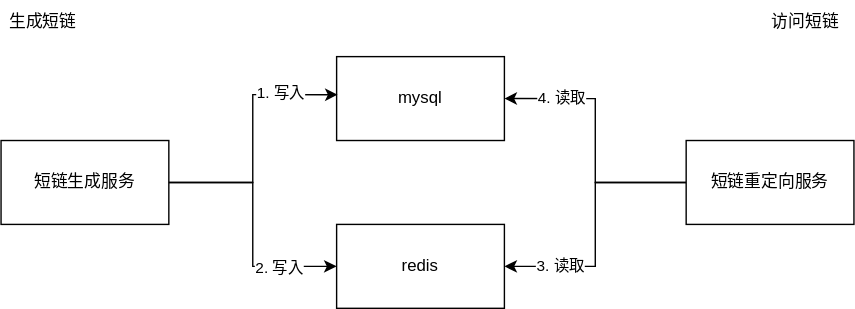
Above: asserts/后端架构.drawio.svg in QuarkLink/docs (draw.io), before the change. Source tidied: cells renumbered, new cells last; positions are measured from the earlier drawing's top-left corner, leaving out a move shared by most shapes.
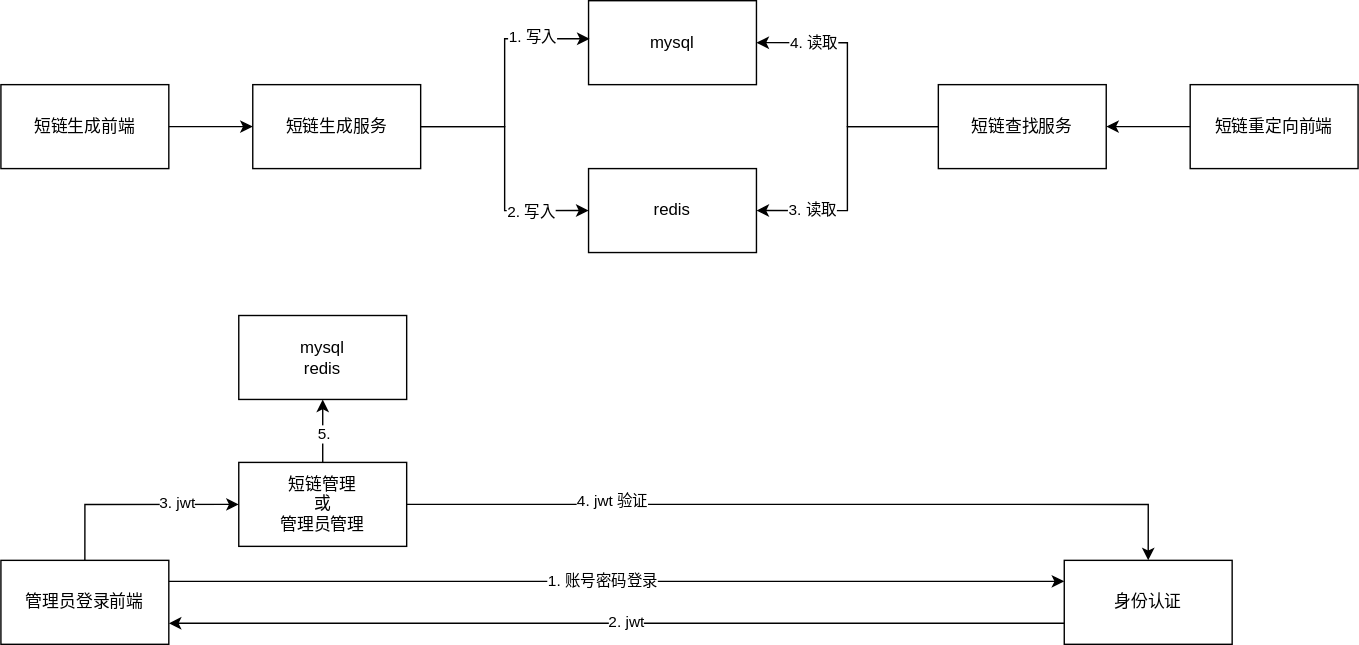
Above is the later version.

Commit message:
更新后端架构.drawio.svg

What changed in the source:
```diff
@@ -23,9 +23,6 @@
     <mxCell id="8" value="1. 写入" style="edgeLabel;html=1;align=center;verticalAlign=middle;" parent="7" vertex="1">
       <mxGeometry x="0.55" y="2" relative="1" as="geometry" />
     </mxCell>
-    <mxCell id="9" value="生成短链" style="text;strokeColor=none;fillColor=none;align=left;verticalAlign=middle;spacingLeft=4;spacingRight=4;overflow=hidden;whiteSpace=wrap;html=1;" parent="1" vertex="1">
-      <mxGeometry width="80" height="30" as="geometry" />
-    </mxCell>
     <mxCell id="10" style="edgeStyle=orthogonalEdgeStyle;rounded=0;jettySize=auto;html=1;exitX=0;exitY=0.5;exitDx=0;exitDy=0;entryX=1;entryY=0.5;entryDx=0;entryDy=0;" parent="1" edge="1" source="14" target="6">
       <mxGeometry relative="1" as="geometry" />
     </mxCell>
@@ -42,11 +39,62 @@
         <mxPoint x="13" y="-2" as="offset" />
       </mxGeometry>
     </mxCell>
-    <mxCell id="14" value="短链重定向服务" style="rounded=0;whiteSpace=wrap;html=1;" parent="1" vertex="1">
+    <mxCell id="14" value="短链查找服务" style="rounded=0;whiteSpace=wrap;html=1;" parent="1" vertex="1">
       <mxGeometry x="490" y="100" width="120" height="60" as="geometry" />
     </mxCell>
-    <mxCell id="15" value="访问短链" style="text;html=1;align=center;verticalAlign=middle;strokeColor=none;fillColor=none;" parent="1" vertex="1">
-      <mxGeometry x="540" width="70" height="30" as="geometry" />
-    </mxCell>
+    <mxCell id="16" style="edgeStyle=orthogonalEdgeStyle;rounded=0;jettySize=auto;html=1;exitX=1;exitY=0.5;exitDx=0;exitDy=0;entryX=0;entryY=0.5;entryDx=0;entryDy=0;" parent="1" edge="1" source="17" target="4">
+      <mxGeometry relative="1" as="geometry" />
+    </mxCell>
+    <mxCell id="17" value="短链生成前端" style="rounded=0;whiteSpace=wrap;html=1;" parent="1" vertex="1">
+      <mxGeometry x="-180" y="100" width="120" height="60" as="geometry" />
+    </mxCell>
+    <mxCell id="18" style="edgeStyle=orthogonalEdgeStyle;rounded=0;jettySize=auto;html=1;exitX=0;exitY=0.5;exitDx=0;exitDy=0;entryX=1;entryY=0.5;entryDx=0;entryDy=0;" parent="1" edge="1" source="19" target="14">
+      <mxGeometry relative="1" as="geometry" />
+    </mxCell>
+    <mxCell id="19" value="短链重定向前端" style="rounded=0;whiteSpace=wrap;html=1;" parent="1" vertex="1">
+      <mxGeometry x="670" y="100" width="120" height="60" as="geometry" />
+    </mxCell>
+    <mxCell id="20" style="edgeStyle=orthogonalEdgeStyle;rounded=0;jettySize=auto;html=1;exitX=0;exitY=0.75;exitDx=0;exitDy=0;entryX=1;entryY=0.75;entryDx=0;entryDy=0;" parent="1" edge="1" source="22" target="32">
+      <mxGeometry relative="1" as="geometry" />
+    </mxCell>
+    <mxCell id="21" value="2. jwt" style="edgeLabel;html=1;align=center;verticalAlign=middle;" parent="20" vertex="1">
+      <mxGeometry x="-0.02" y="-1" relative="1" as="geometry" />
+    </mxCell>
+    <mxCell id="22" value="身份认证" style="rounded=0;whiteSpace=wrap;html=1;" parent="1" vertex="1">
+      <mxGeometry x="580" y="440" width="120" height="60" as="geometry" />
+    </mxCell>
+    <mxCell id="23" style="edgeStyle=orthogonalEdgeStyle;rounded=0;jettySize=auto;html=1;exitX=1;exitY=0.5;exitDx=0;exitDy=0;entryX=0.5;entryY=0;entryDx=0;entryDy=0;" parent="1" edge="1" source="27" target="22">
+      <mxGeometry relative="1" as="geometry" />
+    </mxCell>
+    <mxCell id="24" value="4. jwt 验证" style="edgeLabel;html=1;align=center;verticalAlign=middle;" parent="23" vertex="1">
+      <mxGeometry x="-0.48" y="2" relative="1" as="geometry" />
+    </mxCell>
+    <mxCell id="25" style="edgeStyle=orthogonalEdgeStyle;rounded=0;jettySize=auto;html=1;exitX=0.5;exitY=0;exitDx=0;exitDy=0;entryX=0.5;entryY=1;entryDx=0;entryDy=0;" parent="1" edge="1" source="27" target="33">
+      <mxGeometry relative="1" as="geometry" />
+    </mxCell>
+    <mxCell id="26" value="5." style="edgeLabel;html=1;align=center;verticalAlign=middle;" parent="25" vertex="1">
+      <mxGeometry x="-0.07" y="-1" relative="1" as="geometry" />
+    </mxCell>
+    <mxCell id="27" value="短链管理&lt;div&gt;或&lt;/div&gt;&lt;div&gt;管理员管理&lt;/div&gt;" style="rounded=0;whiteSpace=wrap;html=1;" parent="1" vertex="1">
+      <mxGeometry x="-10" y="370" width="120" height="60" as="geometry" />
+    </mxCell>
+    <mxCell id="28" style="edgeStyle=orthogonalEdgeStyle;rounded=0;jettySize=auto;html=1;exitX=1;exitY=0.25;exitDx=0;exitDy=0;entryX=0;entryY=0.25;entryDx=0;entryDy=0;" parent="1" edge="1" source="32" target="22">
+      <mxGeometry relative="1" as="geometry" />
+    </mxCell>
+    <mxCell id="29" value="1. 账号密码登录" style="edgeLabel;html=1;align=center;verticalAlign=middle;" parent="28" vertex="1">
+      <mxGeometry x="-0.03" relative="1" as="geometry" />
+    </mxCell>
+    <mxCell id="30" style="edgeStyle=orthogonalEdgeStyle;rounded=0;jettySize=auto;html=1;exitX=0.5;exitY=0;exitDx=0;exitDy=0;entryX=0;entryY=0.5;entryDx=0;entryDy=0;" parent="1" edge="1" source="32" target="27">
+      <mxGeometry relative="1" as="geometry" />
+    </mxCell>
+    <mxCell id="31" value="3. jwt" style="edgeLabel;html=1;align=center;verticalAlign=middle;" parent="30" vertex="1">
+      <mxGeometry x="0.41" y="1" relative="1" as="geometry" />
+    </mxCell>
+    <mxCell id="32" value="管理员登录前端" style="rounded=0;whiteSpace=wrap;html=1;" parent="1" vertex="1">
+      <mxGeometry x="-180" y="440" width="120" height="60" as="geometry" />
+    </mxCell>
+    <mxCell id="33" value="mysql&lt;div&gt;redis&lt;/div&gt;" style="rounded=0;whiteSpace=wrap;html=1;" parent="1" vertex="1">
+      <mxGeometry x="-10" y="265" width="120" height="60" as="geometry" />
+    </mxCell>
   </root>
 </mxGraphModel>
```
